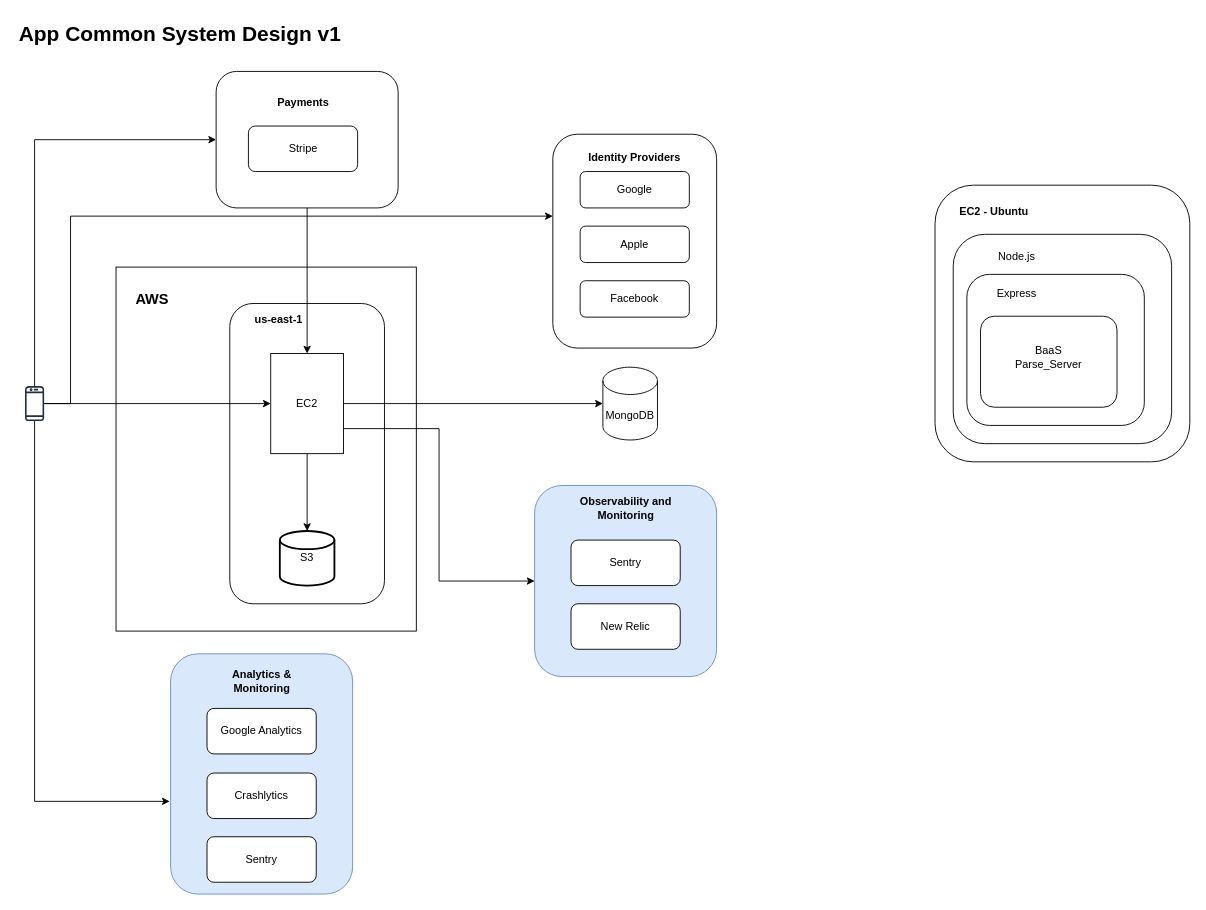
The draw.io diagram system-design-common-app.drawio in jasieloc/system-design, before the edit. Source tidied: cells renumbered, new cells numbered last; positions are measured from the earlier drawing's top-left corner, leaving out a move shared by most shapes. Both pictures are drawn from the tidied source at 91%, with x=0, y=0 at pixel (15, 15).
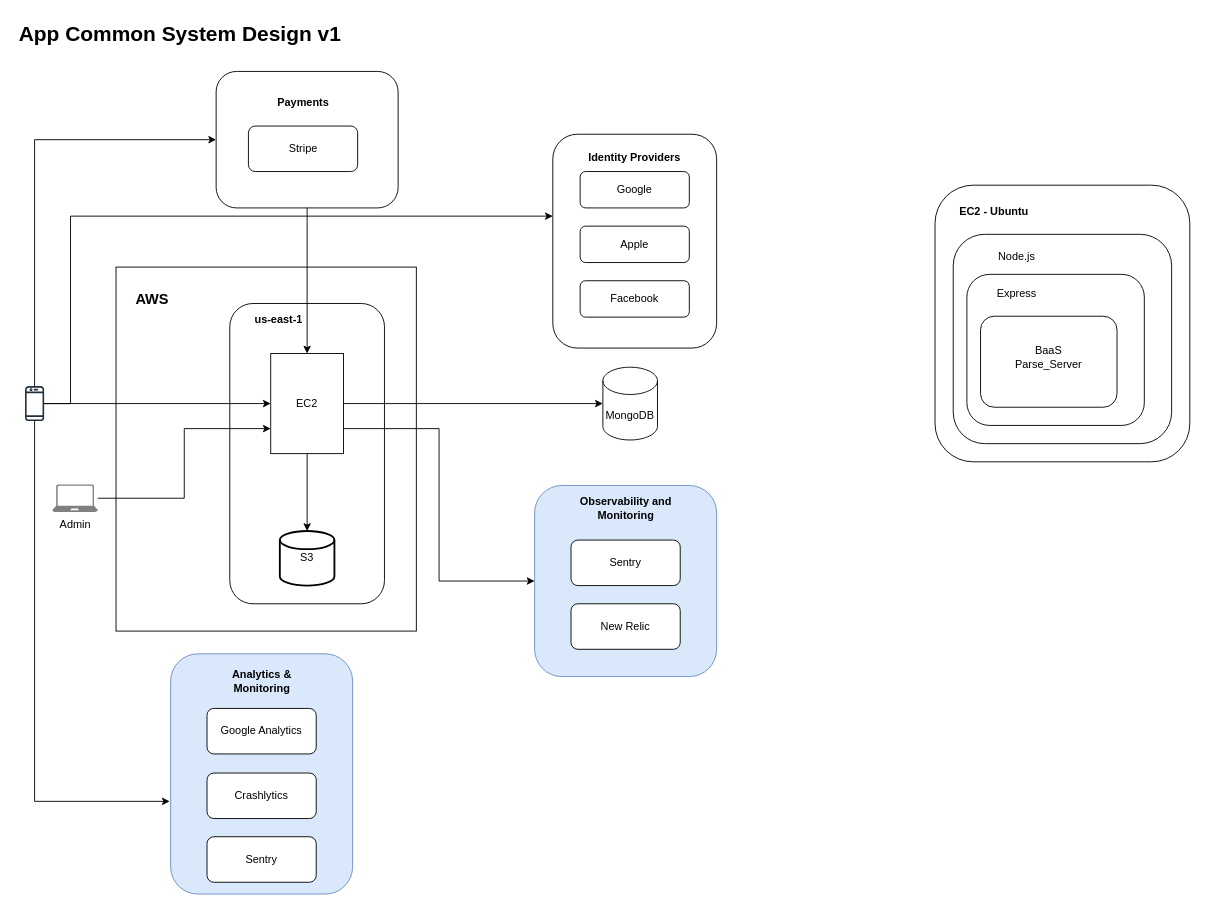
The same diagram, later.

The change refers to these unchanged cells:
```xml
<mxCell id="10" value="EC2" style="rounded=0;whiteSpace=wrap;html=1;" parent="1" vertex="1">
  <mxGeometry x="280" y="371" width="80" height="110" as="geometry" />
</mxCell>
```

The edit, as a diff of the source:
```diff
@@
+    <mxCell id="45" style="edgeStyle=orthogonalEdgeStyle;rounded=0;jettySize=auto;html=1;entryX=0;entryY=0.75;entryDx=0;entryDy=0;" parent="1" edge="1" source="46" target="10">
+      <mxGeometry relative="1" as="geometry" />
+    </mxCell>
+    <mxCell id="46" value="Admin" style="verticalLabelPosition=bottom;html=1;verticalAlign=top;align=center;strokeColor=none;fillColor=#808080;shape=mxgraph.azure.laptop;" parent="1" vertex="1">
+      <mxGeometry x="40" y="515" width="50" height="30" as="geometry" />
+    </mxCell>
```
